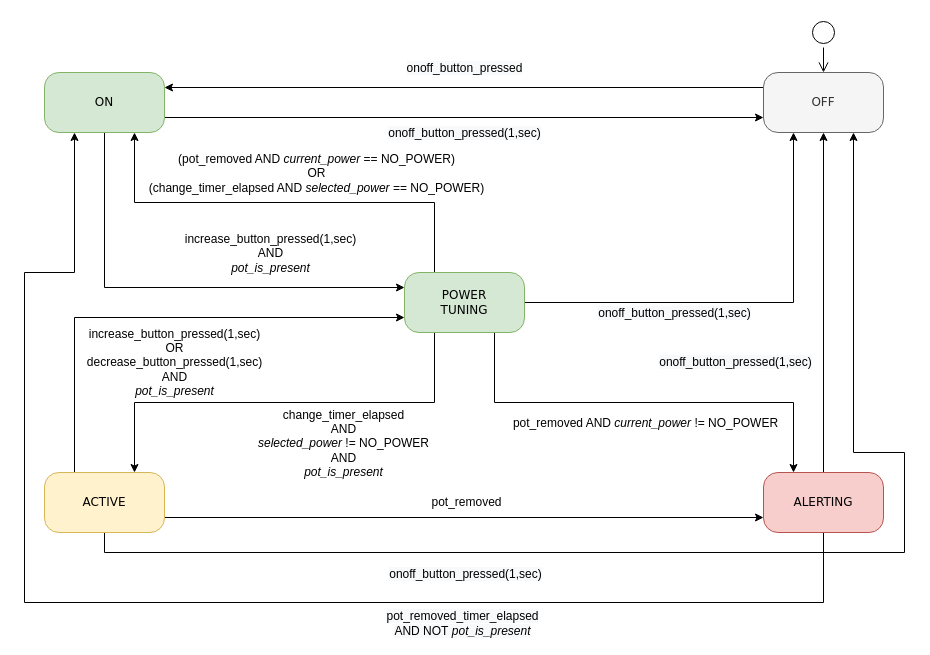
This is page "Diagramma di stato" (2 of 2) of fornello-elettrico.drawio from CFG-Official/EmbeddedSystems, a draw.io file, before an edit. Source tidied: cells renumbered, new cells numbered last; positions are measured from the earlier drawing's top-left corner, leaving out a move shared by most shapes. Both pictures are drawn from the tidied source at 100%, with x=0, y=0 at pixel (24, 17).
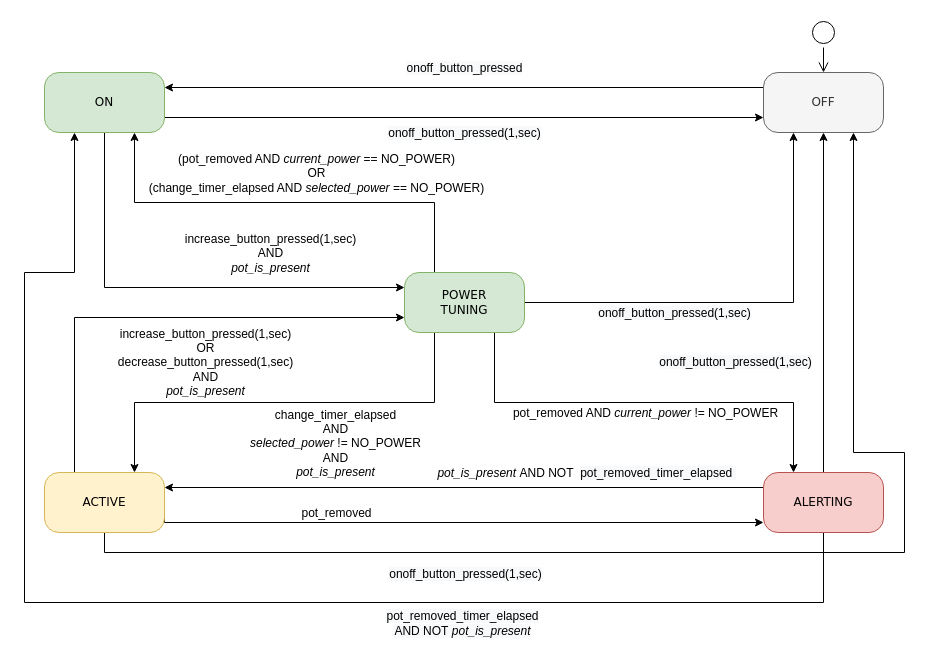
The same diagram, later.

Commit message:
ulteriori risoluzioni di bug

Unchanged cells that the change refers to:
```xml
<mxCell id="16" value="ALERTING" style="rounded=1;whiteSpace=wrap;html=1;arcSize=24;fillColor=#f8cecc;strokeColor=#b85450;shadow=0;comic=0;labelBackgroundColor=none;fontFamily=Verdana;fontSize=12;align=center;" parent="1" vertex="1">
  <mxGeometry x="739" y="455" width="120" height="60" as="geometry" />
</mxCell>
<mxCell id="22" value="ACTIVE" style="rounded=1;whiteSpace=wrap;html=1;arcSize=24;fillColor=#fff2cc;strokeColor=#d6b656;shadow=0;comic=0;labelBackgroundColor=none;fontFamily=Verdana;fontSize=12;align=center;" parent="1" vertex="1">
  <mxGeometry x="20" y="455" width="120" height="60" as="geometry" />
</mxCell>
<mxCell id="25" style="edgeStyle=orthogonalEdgeStyle;rounded=0;jettySize=auto;html=1;exitX=0.75;exitY=1;exitDx=0;exitDy=0;entryX=0.25;entryY=0;entryDx=0;entryDy=0;" parent="1" edge="1" source="31" target="16">
  <mxGeometry relative="1" as="geometry" />
</mxCell>
<mxCell id="27" style="edgeStyle=orthogonalEdgeStyle;rounded=0;jettySize=auto;html=1;exitX=0.25;exitY=1;exitDx=0;exitDy=0;entryX=0.75;entryY=0;entryDx=0;entryDy=0;" parent="1" edge="1" source="31" target="22">
  <mxGeometry relative="1" as="geometry" />
</mxCell>
<mxCell id="31" value="POWER&lt;br&gt;TUNING" style="rounded=1;whiteSpace=wrap;html=1;arcSize=24;fillColor=#d5e8d4;strokeColor=#82b366;shadow=0;comic=0;labelBackgroundColor=none;fontFamily=Verdana;fontSize=12;align=center;" parent="1" vertex="1">
  <mxGeometry x="380" y="255" width="120" height="60" as="geometry" />
</mxCell>
```

Diff of the diagram source:
```diff
@@
+    <mxCell id="32" style="edgeStyle=orthogonalEdgeStyle;rounded=0;jettySize=auto;html=1;exitX=0;exitY=0.25;exitDx=0;exitDy=0;entryX=1;entryY=0.25;entryDx=0;entryDy=0;" parent="1" edge="1" source="16" target="22">
+      <mxGeometry relative="1" as="geometry" />
+    </mxCell>
+    <mxCell id="33" value="&lt;i&gt;pot_is_present&lt;/i&gt;&amp;nbsp;AND NOT&amp;nbsp;&amp;nbsp;&lt;span style=&quot;text-align: left ; white-space: normal ; background-color: rgb(248 , 249 , 250)&quot;&gt;pot_removed_timer_elapsed&amp;nbsp;&lt;/span&gt;" style="text;html=1;align=center;verticalAlign=middle;labelBackgroundColor=#ffffff;" parent="32" vertex="1">
+      <mxGeometry x="-0.74" y="2" relative="1" as="geometry">
+        <mxPoint x="-100" y="-17" as="offset" />
+      </mxGeometry>
+    </mxCell>
@@
     <mxCell id="17" value="&lt;span style=&quot;font-size: 12px&quot;&gt;increase_button_pressed(1,sec)&lt;br&gt;OR&lt;br&gt;&lt;/span&gt;&lt;span style=&quot;font-size: 12px&quot;&gt;decrease_button_pressed(1,sec)&lt;br&gt;&lt;/span&gt;&lt;span style=&quot;font-size: 12px&quot;&gt;AND&lt;br&gt;&lt;i&gt;pot_is_present&lt;/i&gt;&lt;br&gt;&lt;/span&gt;" style="edgeStyle=orthogonalEdgeStyle;rounded=0;jettySize=auto;html=1;exitX=0.25;exitY=0;exitDx=0;exitDy=0;entryX=0;entryY=0.75;entryDx=0;entryDy=0;" parent="1" edge="1" source="22" target="31">
-      <mxGeometry x="0.05" y="-45" relative="1" as="geometry" />
+      <mxGeometry x="0.18" y="-45" relative="1" as="geometry" />
     </mxCell>
-    <mxCell id="18" style="edgeStyle=orthogonalEdgeStyle;rounded=0;jettySize=auto;html=1;exitX=1;exitY=0.75;exitDx=0;exitDy=0;entryX=0;entryY=0.75;entryDx=0;entryDy=0;" parent="1" edge="1" source="22" target="16">
-      <mxGeometry relative="1" as="geometry" />
+    <mxCell id="18" style="edgeStyle=orthogonalEdgeStyle;rounded=0;jettySize=auto;html=1;exitX=1;exitY=0.75;exitDx=0;exitDy=0;" parent="1" edge="1" source="22">
+      <mxGeometry relative="1" as="geometry">
+        <mxPoint x="739" y="505" as="targetPoint" />
+        <Array as="points">
+          <mxPoint x="140" y="505" />
+          <mxPoint x="739" y="505" />
+        </Array>
+      </mxGeometry>
     </mxCell>
     <mxCell id="19" value="pot_removed" style="text;html=1;align=center;verticalAlign=middle;labelBackgroundColor=#ffffff;" parent="18" vertex="1">
       <mxGeometry x="0.26" y="-2" relative="1" as="geometry">
-        <mxPoint x="-76" y="-17.5" as="offset" />
+        <mxPoint x="-205" y="-12" as="offset" />
       </mxGeometry>
     </mxCell>
@@
     <mxCell id="26" value="pot_removed AND &lt;i&gt;current_power&lt;/i&gt; != NO_POWER" style="text;html=1;align=center;verticalAlign=middle;labelBackgroundColor=#ffffff;" parent="25" vertex="1">
       <mxGeometry x="0.14" y="-2" relative="1" as="geometry">
-        <mxPoint x="-30" y="18" as="offset" />
+        <mxPoint x="-30" y="8" as="offset" />
       </mxGeometry>
     </mxCell>
@@
     <mxCell id="28" value="change_timer_elapsed&lt;br&gt;AND&lt;br&gt;&lt;i&gt;selected_power&lt;/i&gt; != NO_POWER&lt;br&gt;AND&lt;br&gt;&lt;i&gt;pot_is_present&lt;/i&gt;" style="text;html=1;align=center;verticalAlign=middle;labelBackgroundColor=#ffffff;" parent="27" vertex="1">
       <mxGeometry x="-0.11" y="1" relative="1" as="geometry">
-        <mxPoint x="34.5" y="39" as="offset" />
+        <mxPoint x="26" y="39" as="offset" />
       </mxGeometry>
     </mxCell>
```
